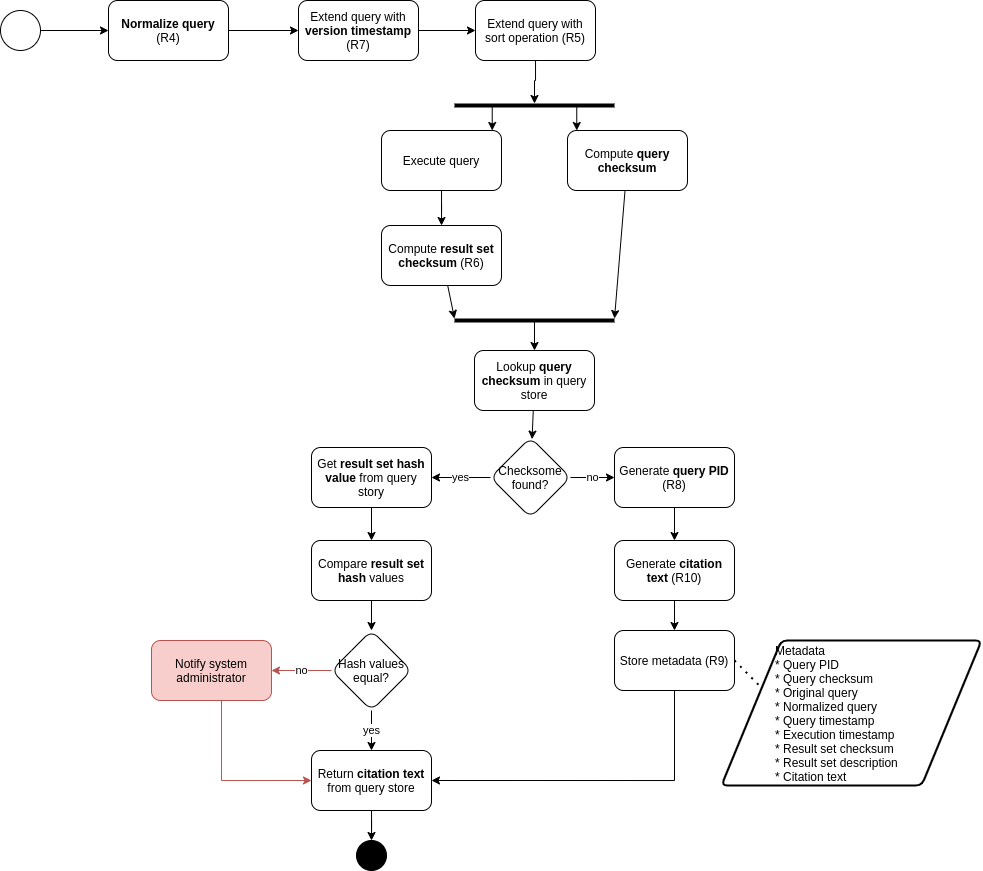
This is figures/figure 5.png from GreenfishK/DataCitation, a draw.io export, as it was before one commit. Source tidied: cells renumbered, new cells last; positions are measured from the earlier drawing's top-left corner, leaving out a move shared by most shapes.
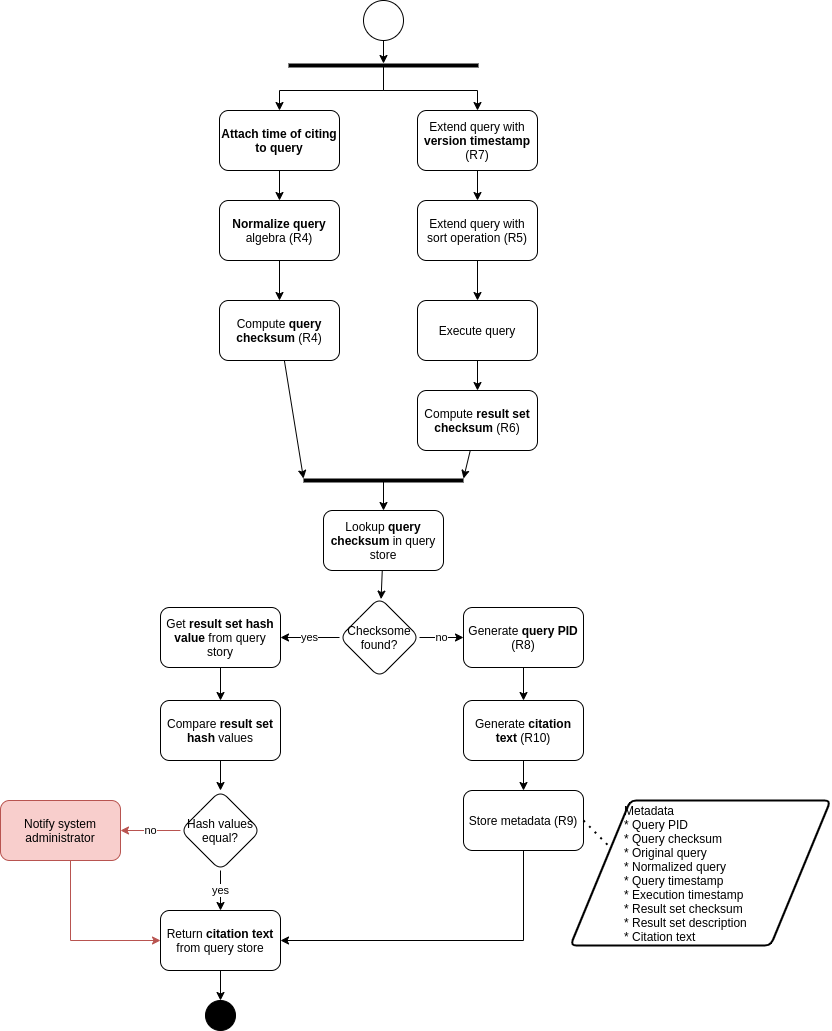
Above is the later version.

Commit message:
restructured workflow, finished implementation of query timestamping, sorting and normalization

Diff of the diagram source:
```diff
@@ -2,29 +2,29 @@
   <root>
     <mxCell id="0" />
     <mxCell id="1" parent="0" />
-    <mxCell id="2" style="edgeStyle=orthogonalEdgeStyle;rounded=0;jettySize=auto;html=1;" parent="1" edge="1" source="3" target="5">
-      <mxGeometry relative="1" as="geometry" />
-    </mxCell>
+    <mxCell id="46" style="edgeStyle=orthogonalEdgeStyle;rounded=0;jettySize=auto;html=1;" parent="1" edge="1" source="3" target="9">
+      <mxGeometry relative="1" as="geometry" />
+    </mxCell>
-    <mxCell id="3" value="&lt;b&gt;Normalize query&lt;/b&gt; (R4)" style="rounded=1;whiteSpace=wrap;html=1;" parent="1" vertex="1">
-      <mxGeometry x="108" width="120" height="60" as="geometry" />
+    <mxCell id="3" value="&lt;b&gt;Normalize query &lt;/b&gt;algebra (R4)" style="rounded=1;whiteSpace=wrap;html=1;" parent="1" vertex="1">
+      <mxGeometry x="370" y="40" width="120" height="60" as="geometry" />
     </mxCell>
     <mxCell id="4" style="edgeStyle=orthogonalEdgeStyle;rounded=0;jettySize=auto;html=1;" parent="1" edge="1" source="5" target="7">
       <mxGeometry relative="1" as="geometry" />
     </mxCell>
     <mxCell id="5" value="Extend query with &lt;b&gt;version timestamp&lt;/b&gt; (R7)" style="whiteSpace=wrap;html=1;rounded=1;" parent="1" vertex="1">
-      <mxGeometry x="298" width="120" height="60" as="geometry" />
+      <mxGeometry x="568" y="-50" width="120" height="60" as="geometry" />
     </mxCell>
-    <mxCell id="6" style="edgeStyle=orthogonalEdgeStyle;rounded=0;jettySize=auto;html=1;" parent="1" edge="1" source="7" target="30">
-      <mxGeometry relative="1" as="geometry" />
-    </mxCell>
+    <mxCell id="47" style="edgeStyle=orthogonalEdgeStyle;rounded=0;jettySize=auto;html=1;entryX=0.5;entryY=0;entryDx=0;entryDy=0;" parent="1" edge="1" source="7" target="25">
+      <mxGeometry relative="1" as="geometry" />
+    </mxCell>
     <mxCell id="7" value="Extend query with sort operation (R5)" style="whiteSpace=wrap;html=1;rounded=1;" parent="1" vertex="1">
-      <mxGeometry x="475" width="120" height="60" as="geometry" />
+      <mxGeometry x="568" y="40" width="120" height="60" as="geometry" />
     </mxCell>
     <mxCell id="8" style="rounded=0;jettySize=auto;html=1;" parent="1" edge="1" source="9" target="32">
       <mxGeometry relative="1" as="geometry" />
     </mxCell>
-    <mxCell id="9" value="Compute &lt;b&gt;query checksum&lt;/b&gt;" style="whiteSpace=wrap;html=1;rounded=1;" parent="1" vertex="1">
-      <mxGeometry x="567" y="130" width="120" height="60" as="geometry" />
+    <mxCell id="9" value="Compute &lt;b&gt;query checksum &lt;/b&gt;(R4)" style="whiteSpace=wrap;html=1;rounded=1;" parent="1" vertex="1">
+      <mxGeometry x="370" y="140" width="120" height="60" as="geometry" />
     </mxCell>
     <mxCell id="10" value="yes" style="edgeStyle=orthogonalEdgeStyle;rounded=0;jettySize=auto;html=1;" parent="1" edge="1" source="12" target="14">
       <mxGeometry relative="1" as="geometry" />
@@ -76,22 +76,22 @@
       <mxGeometry relative="1" as="geometry" />
     </mxCell>
     <mxCell id="25" value="Execute query" style="whiteSpace=wrap;html=1;rounded=1;" parent="1" vertex="1">
-      <mxGeometry x="381" y="130" width="120" height="60" as="geometry" />
+      <mxGeometry x="568" y="140" width="120" height="60" as="geometry" />
     </mxCell>
     <mxCell id="26" style="rounded=0;jettySize=auto;html=1;" parent="1" edge="1" source="27" target="32">
       <mxGeometry relative="1" as="geometry" />
     </mxCell>
     <mxCell id="27" value="Compute &lt;b&gt;result set checksum&lt;/b&gt; (R6)" style="whiteSpace=wrap;html=1;rounded=1;" parent="1" vertex="1">
-      <mxGeometry x="381" y="225" width="120" height="60" as="geometry" />
+      <mxGeometry x="568" y="230" width="120" height="60" as="geometry" />
     </mxCell>
-    <mxCell id="28" style="rounded=0;jettySize=auto;html=1;" parent="1" edge="1" source="30" target="25">
-      <mxGeometry relative="1" as="geometry" />
-    </mxCell>
-    <mxCell id="29" style="rounded=0;jettySize=auto;html=1;" parent="1" edge="1" source="30" target="9">
-      <mxGeometry relative="1" as="geometry" />
-    </mxCell>
+    <mxCell id="48" style="edgeStyle=orthogonalEdgeStyle;rounded=0;jettySize=auto;html=1;" parent="1" edge="1" source="30" target="52">
+      <mxGeometry relative="1" as="geometry" />
+    </mxCell>
+    <mxCell id="49" style="edgeStyle=orthogonalEdgeStyle;rounded=0;jettySize=auto;html=1;" parent="1" edge="1" source="30" target="5">
+      <mxGeometry relative="1" as="geometry" />
+    </mxCell>
-    <mxCell id="30" style="line;strokeWidth=4;html=1;perimeter=backbonePerimeter;points=[];outlineConnect=0;" parent="1" vertex="1">
-      <mxGeometry x="454" y="100" width="160" height="10" as="geometry" />
+    <mxCell id="30" style="line;strokeWidth=4;html=1;perimeter=backbonePerimeter;points=[];outlineConnect=0;rotation=0;" parent="1" vertex="1">
+      <mxGeometry x="439" y="-100" width="190" height="10" as="geometry" />
     </mxCell>
     <mxCell id="31" style="edgeStyle=none;rounded=0;jettySize=auto;html=1;" parent="1" edge="1" source="32" target="34">
       <mxGeometry relative="1" as="geometry" />
@@ -105,11 +105,11 @@
     <mxCell id="34" value="Lookup &lt;b&gt;query checksum&lt;/b&gt; in query store" style="whiteSpace=wrap;html=1;rounded=1;rotation=0;" parent="1" vertex="1">
       <mxGeometry x="474" y="350" width="120" height="60" as="geometry" />
     </mxCell>
-    <mxCell id="35" style="edgeStyle=orthogonalEdgeStyle;rounded=0;jettySize=auto;html=1;entryX=0;entryY=0.5;entryDx=0;entryDy=0;" parent="1" edge="1" source="36" target="3">
-      <mxGeometry relative="1" as="geometry" />
-    </mxCell>
+    <mxCell id="50" style="edgeStyle=orthogonalEdgeStyle;rounded=0;jettySize=auto;html=1;" parent="1" edge="1" source="36" target="30">
+      <mxGeometry relative="1" as="geometry" />
+    </mxCell>
     <mxCell id="36" style="ellipse;whiteSpace=wrap;html=1;" parent="1" vertex="1">
-      <mxGeometry y="10" width="40" height="40" as="geometry" />
+      <mxGeometry x="514" y="-160" width="40" height="40" as="geometry" />
     </mxCell>
     <mxCell id="37" value="yes" style="edgeStyle=none;rounded=0;jettySize=auto;html=1;" parent="1" edge="1" source="39" target="41">
       <mxGeometry relative="1" as="geometry" />
@@ -142,5 +142,11 @@
     <mxCell id="45" style="endArrow=none;dashed=1;html=1;dashPattern=1 3;strokeWidth=2;exitX=1;exitY=0.5;exitDx=0;exitDy=0;entryX=0;entryY=0.25;entryDx=0;entryDy=0;" parent="1" edge="1" source="20" target="21">
       <mxGeometry relative="1" as="geometry" />
     </mxCell>
+    <mxCell id="51" style="edgeStyle=orthogonalEdgeStyle;rounded=0;jettySize=auto;html=1;" parent="1" edge="1" source="52" target="3">
+      <mxGeometry relative="1" as="geometry" />
+    </mxCell>
+    <mxCell id="52" value="&lt;b&gt;Attach time of citing to query&lt;/b&gt;" style="rounded=1;whiteSpace=wrap;html=1;" parent="1" vertex="1">
+      <mxGeometry x="370" y="-50" width="120" height="60" as="geometry" />
+    </mxCell>
   </root>
 </mxGraphModel>
```
